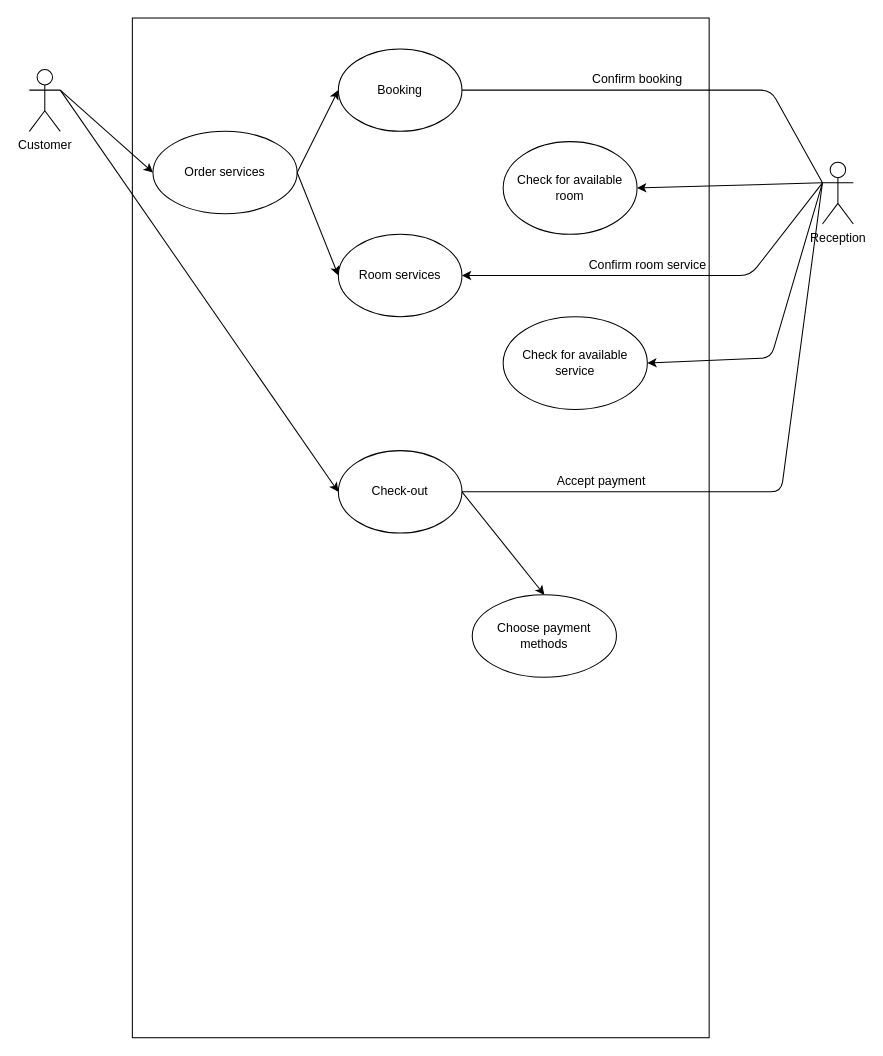
Before: Diagram/Use-case Diagram.drawio in jonathanha52/SE104.L23.PMCL, a draw.io diagram. Source tidied: cells renumbered, new cells numbered last; positions are measured from the earlier drawing's top-left corner, leaving out a move shared by most shapes. Both pictures are drawn from the tidied source at 103%, with x=0, y=0 at pixel (29, 18).
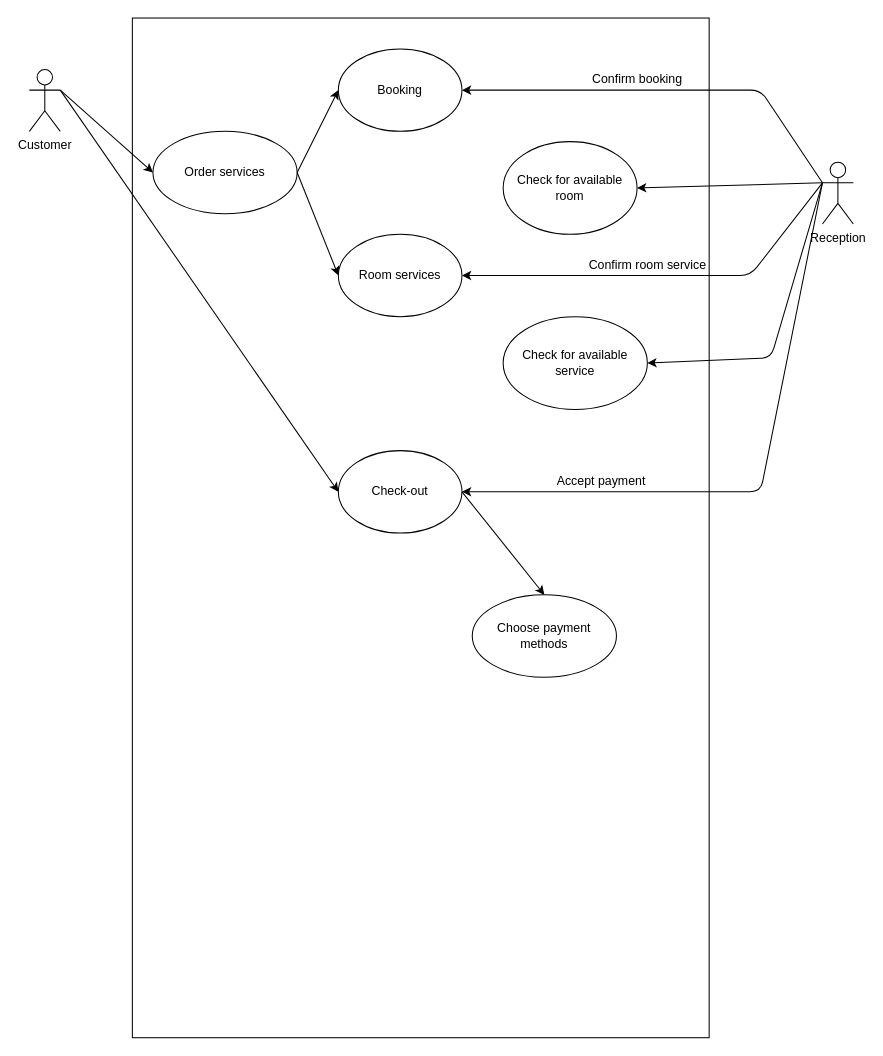
The same diagram, later.

The change refers to these unchanged cells:
```xml
<mxCell id="5" value="Reception" style="shape=umlActor;verticalLabelPosition=bottom;verticalAlign=top;html=1;" parent="1" vertex="1">
  <mxGeometry x="770" y="140" width="30" height="60" as="geometry" />
</mxCell>
<mxCell id="7" value="Booking" style="ellipse;whiteSpace=wrap;html=1;" parent="1" vertex="1">
  <mxGeometry x="300" y="30" width="120" height="80" as="geometry" />
</mxCell>
<mxCell id="16" value="Check-out" style="ellipse;whiteSpace=wrap;html=1;" parent="1" vertex="1">
  <mxGeometry x="300" y="420" width="120" height="80" as="geometry" />
</mxCell>
```

Diff of the diagram source:
```diff
@@
-    <mxCell id="14" style="endArrow=none;html=1;entryX=0;entryY=0.3333333333333333;entryDx=0;entryDy=0;entryPerimeter=0;exitX=1;exitY=0.5;exitDx=0;exitDy=0;" parent="1" edge="1" source="7" target="5">
-      <mxGeometry relative="1" as="geometry">
-        <Array as="points">
-          <mxPoint x="720" y="70" />
-        </Array>
-      </mxGeometry>
-    </mxCell>
@@
-    <mxCell id="21" style="endArrow=none;html=1;shadow=0;entryX=1;entryY=0.5;entryDx=0;entryDy=0;exitX=0;exitY=0.3333333333333333;exitDx=0;exitDy=0;exitPerimeter=0;" parent="1" edge="1" source="5" target="16">
-      <mxGeometry relative="1" as="geometry">
-        <Array as="points">
-          <mxPoint x="730" y="460" />
-        </Array>
-      </mxGeometry>
-    </mxCell>
@@
+    <mxCell id="25" style="endArrow=classic;html=1;entryX=1;entryY=0.5;entryDx=0;entryDy=0;exitX=0;exitY=0.3333333333333333;exitDx=0;exitDy=0;exitPerimeter=0;" parent="1" edge="1" source="5" target="7">
+      <mxGeometry relative="1" as="geometry">
+        <Array as="points">
+          <mxPoint x="710" y="70" />
+        </Array>
+      </mxGeometry>
+    </mxCell>
+    <mxCell id="21" style="endArrow=classic;html=1;entryX=1;entryY=0.5;entryDx=0;entryDy=0;exitX=0;exitY=0.3333333333333333;exitDx=0;exitDy=0;exitPerimeter=0;" parent="1" edge="1" source="5" target="16">
+      <mxGeometry relative="1" as="geometry">
+        <Array as="points">
+          <mxPoint x="710" y="460" />
+        </Array>
+      </mxGeometry>
+    </mxCell>
```
